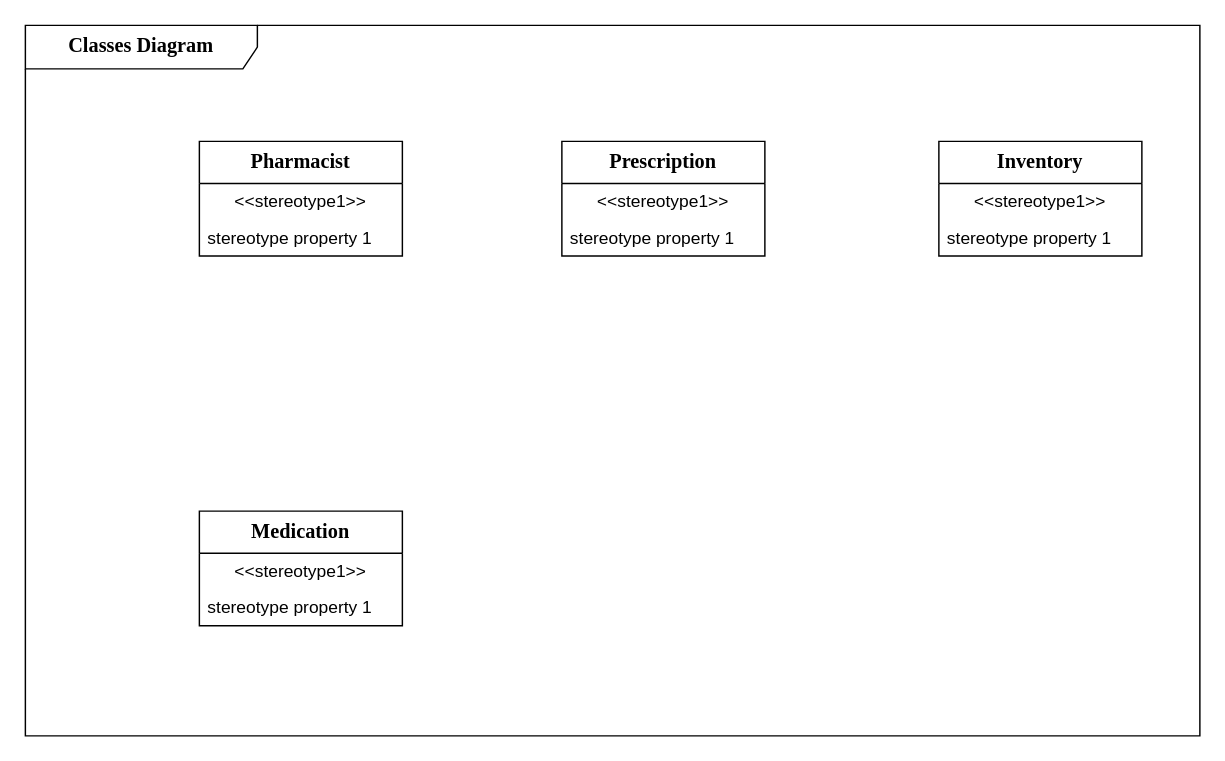
The draw.io diagram Class Diagram.drawio in FOMOKN/Software-Engineering, before the edit. Source tidied: cells renumbered, new cells numbered last; positions are measured from the earlier drawing's top-left corner, leaving out a move shared by most shapes. Both pictures are drawn from the tidied source at 145%, with x=0, y=0 at pixel (25, 25).
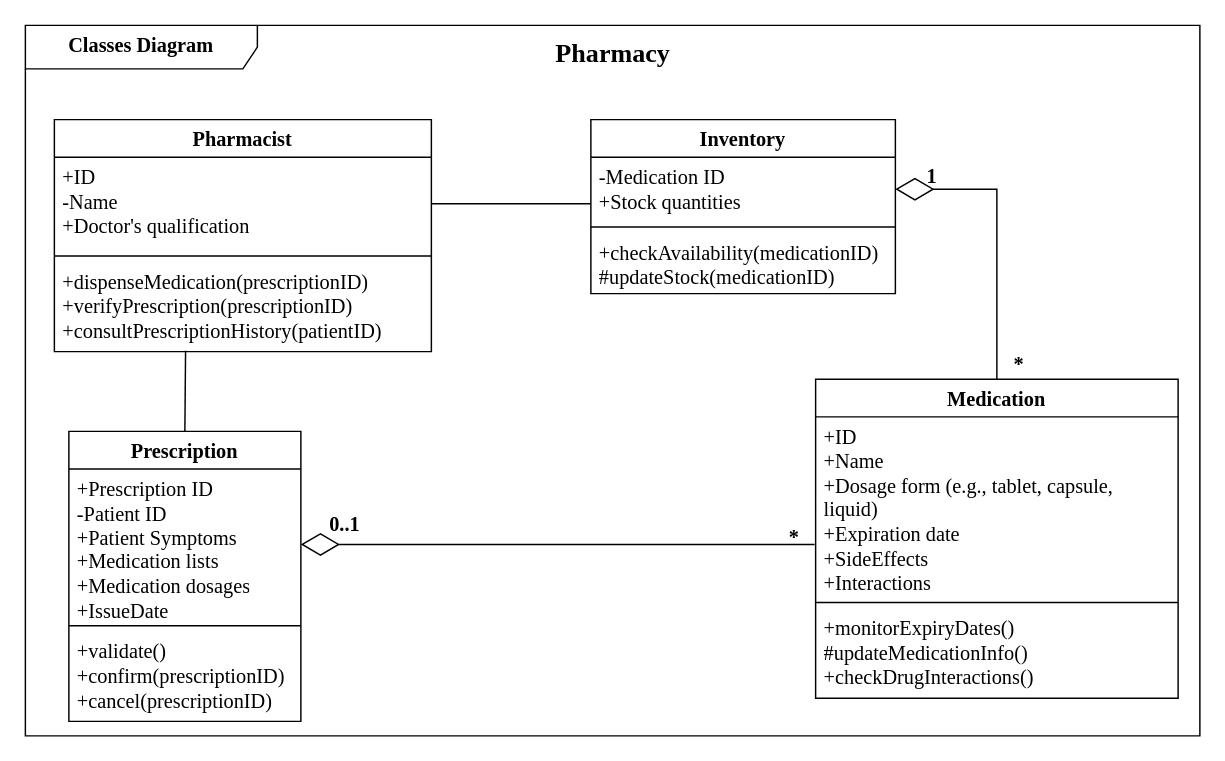
The same page after the edit.

The change refers to these unchanged cells:
```xml
<mxCell id="2" value="&lt;font style=&quot;font-size: 14px;&quot; face=&quot;Times New Roman&quot;&gt;&lt;b&gt;Classes Diagram&lt;/b&gt;&lt;/font&gt;" style="shape=umlFrame;whiteSpace=wrap;html=1;width=160;" parent="1" vertex="1">
  <mxGeometry width="810" height="490" as="geometry" />
</mxCell>
```

Change to the diagram source:
```diff
@@
+    <mxCell id="6" value="Medication" style="swimlane;fontStyle=1;align=center;verticalAlign=top;horizontal=1;startSize=26;whiteSpace=wrap;html=1;fontFamily=Times New Roman;fontSize=14;" parent="2" vertex="1">
+      <mxGeometry x="545" y="244" width="250" height="220" as="geometry" />
+    </mxCell>
+    <mxCell id="15" value="+ID&lt;br&gt;+Name&lt;br style=&quot;font-size: 14px;&quot;&gt;+Dosage form (e.g., tablet, capsule, liquid)&lt;br style=&quot;font-size: 14px;&quot;&gt;+Expiration date&lt;br&gt;+SideEffects&lt;br&gt;+Interactions" style="text;strokeColor=none;fillColor=none;align=left;verticalAlign=top;spacingLeft=4;spacingRight=4;overflow=hidden;points=[[0,0.5],[1,0.5]];portConstraint=eastwest;whiteSpace=wrap;html=1;fontFamily=Times New Roman;fontSize=14;" parent="6" vertex="1">
+      <mxGeometry y="26" width="250" height="124" as="geometry" />
+    </mxCell>
+    <mxCell id="16" style="line;strokeWidth=1;fillColor=none;align=left;verticalAlign=middle;spacingTop=-1;spacingLeft=3;spacingRight=3;labelPosition=right;strokeColor=inherit;" parent="6" vertex="1">
+      <mxGeometry y="150" width="250" height="8" as="geometry" />
+    </mxCell>
+    <mxCell id="17" value="+monitorExpiryDates()&lt;br&gt;#updateMedicationInfo()&lt;br&gt;+checkDrugInteractions()" style="text;strokeColor=none;fillColor=none;align=left;verticalAlign=top;spacingLeft=4;spacingRight=4;overflow=hidden;whiteSpace=wrap;html=1;fontFamily=Times New Roman;fontSize=14;" parent="6" vertex="1">
+      <mxGeometry y="158" width="250" height="62" as="geometry" />
+    </mxCell>
+    <mxCell id="12" value="Inventory" style="swimlane;fontStyle=1;align=center;verticalAlign=top;horizontal=1;startSize=26;whiteSpace=wrap;html=1;fontFamily=Times New Roman;fontSize=14;" parent="2" vertex="1">
+      <mxGeometry x="390" y="65" width="210" height="120" as="geometry" />
+    </mxCell>
+    <mxCell id="18" value="-Medication ID&lt;br style=&quot;font-size: 14px;&quot;&gt;+Stock quantities" style="text;strokeColor=none;fillColor=none;align=left;verticalAlign=top;spacingLeft=4;spacingRight=4;overflow=hidden;points=[[0,0.5],[1,0.5]];portConstraint=eastwest;whiteSpace=wrap;html=1;fontFamily=Times New Roman;fontSize=14;" parent="12" vertex="1">
+      <mxGeometry y="26" width="210" height="44" as="geometry" />
+    </mxCell>
+    <mxCell id="19" style="line;strokeWidth=1;fillColor=none;align=left;verticalAlign=middle;spacingTop=-1;spacingLeft=3;spacingRight=3;labelPosition=right;strokeColor=inherit;" parent="12" vertex="1">
+      <mxGeometry y="70" width="210" height="8" as="geometry" />
+    </mxCell>
+    <mxCell id="20" value="+checkAvailability(medicationID)&lt;br&gt;#updateStock(medicationID)" style="text;strokeColor=none;fillColor=none;align=left;verticalAlign=top;spacingLeft=4;spacingRight=4;overflow=hidden;whiteSpace=wrap;html=1;fontFamily=Times New Roman;fontSize=14;" parent="12" vertex="1">
+      <mxGeometry y="78" width="210" height="42" as="geometry" />
+    </mxCell>
+    <mxCell id="9" value="&lt;font style=&quot;font-size: 14px;&quot;&gt;Prescription&lt;/font&gt;" style="swimlane;fontStyle=1;align=center;verticalAlign=top;horizontal=1;startSize=26;whiteSpace=wrap;html=1;fontFamily=Times New Roman;" parent="2" vertex="1">
+      <mxGeometry x="30" y="280" width="160" height="200" as="geometry" />
+    </mxCell>
+    <mxCell id="21" value="+Prescription ID&lt;br&gt;-Patient ID&lt;br style=&quot;font-size: 14px;&quot;&gt;+Patient Symptoms&lt;br style=&quot;font-size: 14px;&quot;&gt;+Medication lists&lt;br style=&quot;font-size: 14px;&quot;&gt;+Medication dosages&lt;br&gt;+IssueDate" style="text;strokeColor=none;fillColor=none;align=left;verticalAlign=top;spacingLeft=4;spacingRight=4;overflow=hidden;points=[[0,0.5],[1,0.5]];portConstraint=eastwest;whiteSpace=wrap;html=1;fontFamily=Times New Roman;fontSize=14;" parent="9" vertex="1">
+      <mxGeometry y="26" width="160" height="104" as="geometry" />
+    </mxCell>
+    <mxCell id="22" style="line;strokeWidth=1;fillColor=none;align=left;verticalAlign=middle;spacingTop=-1;spacingLeft=3;spacingRight=3;labelPosition=right;strokeColor=inherit;" parent="9" vertex="1">
+      <mxGeometry y="130" width="160" height="8" as="geometry" />
+    </mxCell>
+    <mxCell id="23" value="+validate()&lt;br&gt;+confirm(prescriptionID)&lt;br&gt;+cancel(prescriptionID)" style="text;strokeColor=none;fillColor=none;align=left;verticalAlign=top;spacingLeft=4;spacingRight=4;overflow=hidden;whiteSpace=wrap;html=1;fontFamily=Times New Roman;fontSize=14;" parent="9" vertex="1">
+      <mxGeometry y="138" width="160" height="62" as="geometry" />
+    </mxCell>
-    <mxCell id="3" value="Pharmacist" style="swimlane;fontStyle=1;align=center;verticalAlign=middle;horizontal=1;startSize=29;html=1;whiteSpace=wrap;fontFamily=Times New Roman;fontSize=14;" parent="2" vertex="1">
-      <mxGeometry x="120" y="80" width="140" height="79" as="geometry" />
+    <mxCell id="3" value="&lt;font style=&quot;font-size: 14px;&quot; face=&quot;Times New Roman&quot;&gt;Pharmacist&lt;/font&gt;" style="swimlane;fontStyle=1;align=center;verticalAlign=top;horizontal=1;startSize=26;whiteSpace=wrap;html=1;" parent="2" vertex="1">
+      <mxGeometry x="20" y="65" width="260" height="160" as="geometry" />
     </mxCell>
-    <mxCell id="4" value="&amp;lt;&amp;lt;stereotype1&amp;gt;&amp;gt;" style="text;html=1;strokeColor=none;fillColor=none;align=center;verticalAlign=middle;spacingLeft=4;spacingRight=4;overflow=hidden;whiteSpace=wrap;" parent="3" vertex="1">
-      <mxGeometry y="29" width="140" height="25" as="geometry" />
-    </mxCell>
-    <mxCell id="5" value="stereotype property 1" style="text;html=1;strokeColor=none;fillColor=none;align=left;verticalAlign=middle;spacingLeft=4;spacingRight=4;overflow=hidden;whiteSpace=wrap;" parent="3" vertex="1">
-      <mxGeometry y="54" width="140" height="25" as="geometry" />
-    </mxCell>
-    <mxCell id="6" value="Medication" style="swimlane;fontStyle=1;align=center;verticalAlign=middle;horizontal=1;startSize=29;html=1;whiteSpace=wrap;fontFamily=Times New Roman;fontSize=14;" parent="2" vertex="1">
-      <mxGeometry x="120" y="335" width="140" height="79" as="geometry" />
-    </mxCell>
-    <mxCell id="7" value="&amp;lt;&amp;lt;stereotype1&amp;gt;&amp;gt;" style="text;html=1;strokeColor=none;fillColor=none;align=center;verticalAlign=middle;spacingLeft=4;spacingRight=4;overflow=hidden;whiteSpace=wrap;" parent="6" vertex="1">
-      <mxGeometry y="29" width="140" height="25" as="geometry" />
-    </mxCell>
-    <mxCell id="8" value="stereotype property 1" style="text;html=1;strokeColor=none;fillColor=none;align=left;verticalAlign=middle;spacingLeft=4;spacingRight=4;overflow=hidden;whiteSpace=wrap;" parent="6" vertex="1">
-      <mxGeometry y="54" width="140" height="25" as="geometry" />
-    </mxCell>
-    <mxCell id="9" value="Prescription" style="swimlane;fontStyle=1;align=center;verticalAlign=middle;horizontal=1;startSize=29;html=1;whiteSpace=wrap;fontFamily=Times New Roman;fontSize=14;" parent="2" vertex="1">
-      <mxGeometry x="370" y="80" width="140" height="79" as="geometry" />
-    </mxCell>
-    <mxCell id="10" value="&amp;lt;&amp;lt;stereotype1&amp;gt;&amp;gt;" style="text;html=1;strokeColor=none;fillColor=none;align=center;verticalAlign=middle;spacingLeft=4;spacingRight=4;overflow=hidden;whiteSpace=wrap;" parent="9" vertex="1">
-      <mxGeometry y="29" width="140" height="25" as="geometry" />
-    </mxCell>
-    <mxCell id="11" value="stereotype property 1" style="text;html=1;strokeColor=none;fillColor=none;align=left;verticalAlign=middle;spacingLeft=4;spacingRight=4;overflow=hidden;whiteSpace=wrap;" parent="9" vertex="1">
-      <mxGeometry y="54" width="140" height="25" as="geometry" />
-    </mxCell>
-    <mxCell id="12" value="Inventory" style="swimlane;fontStyle=1;align=center;verticalAlign=middle;horizontal=1;startSize=29;html=1;whiteSpace=wrap;fontSize=14;fontFamily=Times New Roman;" parent="2" vertex="1">
-      <mxGeometry x="630" y="80" width="140" height="79" as="geometry" />
-    </mxCell>
-    <mxCell id="13" value="&amp;lt;&amp;lt;stereotype1&amp;gt;&amp;gt;" style="text;html=1;strokeColor=none;fillColor=none;align=center;verticalAlign=middle;spacingLeft=4;spacingRight=4;overflow=hidden;whiteSpace=wrap;" parent="12" vertex="1">
-      <mxGeometry y="29" width="140" height="25" as="geometry" />
-    </mxCell>
-    <mxCell id="14" value="stereotype property 1" style="text;html=1;strokeColor=none;fillColor=none;align=left;verticalAlign=middle;spacingLeft=4;spacingRight=4;overflow=hidden;whiteSpace=wrap;" parent="12" vertex="1">
-      <mxGeometry y="54" width="140" height="25" as="geometry" />
-    </mxCell>
+    <mxCell id="24" value="+ID&lt;br&gt;-Name&lt;br style=&quot;font-size: 14px;&quot;&gt;+Doctor's qualification" style="text;strokeColor=none;fillColor=none;align=left;verticalAlign=top;spacingLeft=4;spacingRight=4;overflow=hidden;points=[[0,0.5],[1,0.5]];portConstraint=eastwest;whiteSpace=wrap;html=1;fontFamily=Times New Roman;fontSize=14;" parent="3" vertex="1">
+      <mxGeometry y="26" width="260" height="64" as="geometry" />
+    </mxCell>
+    <mxCell id="25" style="line;strokeWidth=1;fillColor=none;align=left;verticalAlign=middle;spacingTop=-1;spacingLeft=3;spacingRight=3;labelPosition=right;strokeColor=inherit;" parent="3" vertex="1">
+      <mxGeometry y="90" width="260" height="8" as="geometry" />
+    </mxCell>
+    <mxCell id="26" value="&lt;font style=&quot;font-size: 14px;&quot;&gt;+dispenseMedication(prescriptionID)&lt;br style=&quot;font-size: 14px;&quot;&gt;&lt;/font&gt;+verifyPrescription(prescriptionID)&lt;br&gt;&lt;font style=&quot;font-size: 14px;&quot;&gt;+consultPrescriptionHistory(patientID)&lt;br&gt;&lt;br style=&quot;font-size: 14px;&quot;&gt;&lt;/font&gt;" style="text;strokeColor=none;fillColor=none;align=left;verticalAlign=top;spacingLeft=4;spacingRight=4;overflow=hidden;points=[[0,0.5],[1,0.5]];portConstraint=eastwest;whiteSpace=wrap;html=1;fontFamily=Times New Roman;fontSize=14;" parent="3" vertex="1">
+      <mxGeometry y="98" width="260" height="62" as="geometry" />
+    </mxCell>
+    <mxCell id="27" value="&lt;font size=&quot;1&quot; face=&quot;Times New Roman&quot;&gt;&lt;b style=&quot;font-size: 18px;&quot;&gt;Pharmacy&lt;/b&gt;&lt;/font&gt;" style="text;html=1;align=center;verticalAlign=middle;strokeColor=none;fillColor=none;" parent="2" vertex="1">
+      <mxGeometry x="355" width="100" height="40" as="geometry" />
+    </mxCell>
+    <mxCell id="28" style="endArrow=diamondThin;endFill=0;endSize=24;html=1;rounded=0;exitX=-0.003;exitY=0.71;exitDx=0;exitDy=0;entryX=1;entryY=0.5;entryDx=0;entryDy=0;exitPerimeter=0;" parent="2" edge="1" source="15" target="21">
+      <mxGeometry relative="1" as="geometry" />
+    </mxCell>
+    <mxCell id="29" style="endArrow=diamondThin;endFill=0;endSize=24;html=1;rounded=0;exitX=0.5;exitY=0;exitDx=0;exitDy=0;entryX=1;entryY=0.5;entryDx=0;entryDy=0;" parent="2" edge="1" source="6" target="18">
+      <mxGeometry relative="1" as="geometry">
+        <Array as="points">
+          <mxPoint x="670" y="113" />
+        </Array>
+      </mxGeometry>
+    </mxCell>
+    <mxCell id="30" value="*" style="text;html=1;align=center;verticalAlign=middle;strokeColor=none;fillColor=none;fontFamily=Times New Roman;fontSize=14;fontStyle=1;" parent="2" vertex="1">
+      <mxGeometry x="515" y="339" width="30" height="30" as="geometry" />
+    </mxCell>
+    <mxCell id="31" value="0..1" style="text;html=1;align=center;verticalAlign=middle;strokeColor=none;fillColor=none;fontSize=14;fontFamily=Times New Roman;fontStyle=1;" parent="2" vertex="1">
+      <mxGeometry x="200" y="330" width="40" height="30" as="geometry" />
+    </mxCell>
+    <mxCell id="32" value="1" style="text;html=1;align=center;verticalAlign=middle;strokeColor=none;fillColor=none;fontFamily=Times New Roman;fontStyle=1;fontSize=14;" parent="2" vertex="1">
+      <mxGeometry x="610" y="90" width="30" height="30" as="geometry" />
+    </mxCell>
+    <mxCell id="33" value="*" style="text;html=1;align=center;verticalAlign=middle;strokeColor=none;fillColor=none;fontFamily=Times New Roman;fontSize=14;fontStyle=1;" parent="2" vertex="1">
+      <mxGeometry x="670" y="220" width="30" height="30" as="geometry" />
+    </mxCell>
+    <mxCell id="34" style="endArrow=none;html=1;rounded=0;exitX=1;exitY=0.5;exitDx=0;exitDy=0;entryX=0;entryY=0.727;entryDx=0;entryDy=0;entryPerimeter=0;" parent="2" edge="1" source="24" target="18">
+      <mxGeometry relative="1" as="geometry" />
+    </mxCell>
+    <mxCell id="35" style="endArrow=none;html=1;rounded=0;exitX=0.348;exitY=0.99;exitDx=0;exitDy=0;entryX=0.5;entryY=0;entryDx=0;entryDy=0;exitPerimeter=0;" parent="2" edge="1" source="26" target="9">
+      <mxGeometry relative="1" as="geometry" />
+    </mxCell>
```
